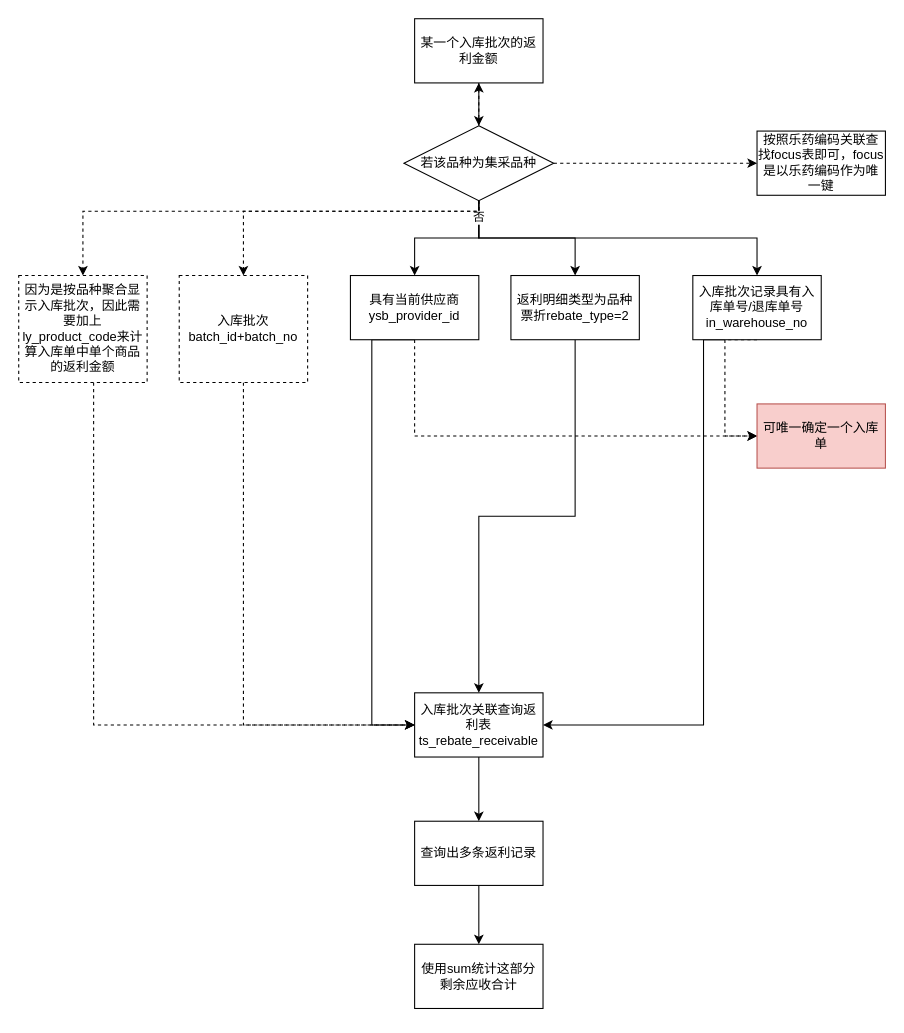
Earlier version of the draw.io diagram gitskills/返利金额.drawio (benbenbo/learngit). Source tidied: cells renumbered, new cells numbered last; positions are measured from the earlier drawing's top-left corner, leaving out a move shared by most shapes. Both pictures are drawn from the tidied source at 107%, with x=0, y=0 at pixel (18, 18).
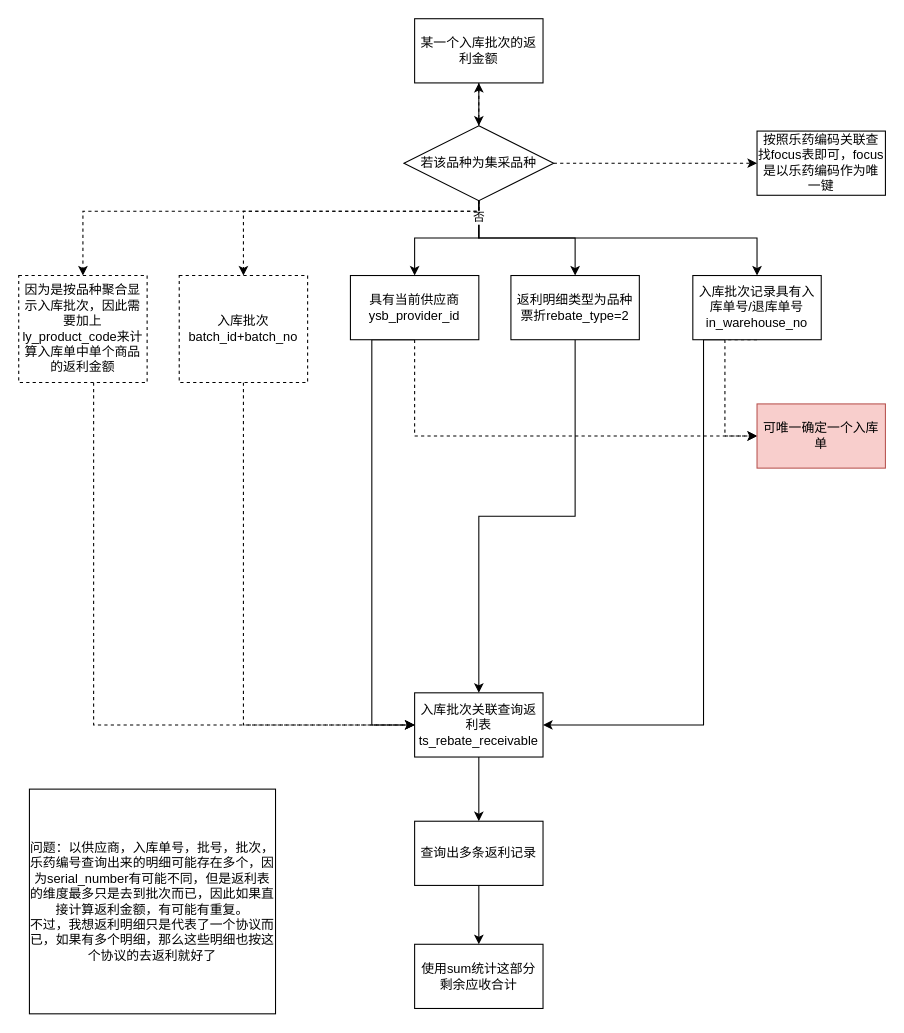
Above is the later version.

Commit message:
更新返利金额.drawio

The edit, as a diff of the source:
```diff
@@
+    <mxCell id="32" value="问题：以供应商，入库单号，批号，批次，乐药编号查询出来的明细可能存在多个，因为serial_number有可能不同，但是返利表的维度最多只是去到批次而已，因此如果直接计算返利金额，有可能有重复。&lt;br&gt;不过，我想返利明细只是代表了一个协议而已，如果有多个明细，那么这些明细也按这个协议的去返利就好了" style="rounded=0;whiteSpace=wrap;html=1;" parent="1" vertex="1">
+      <mxGeometry x="10" y="720" width="230" height="210" as="geometry" />
+    </mxCell>
```
